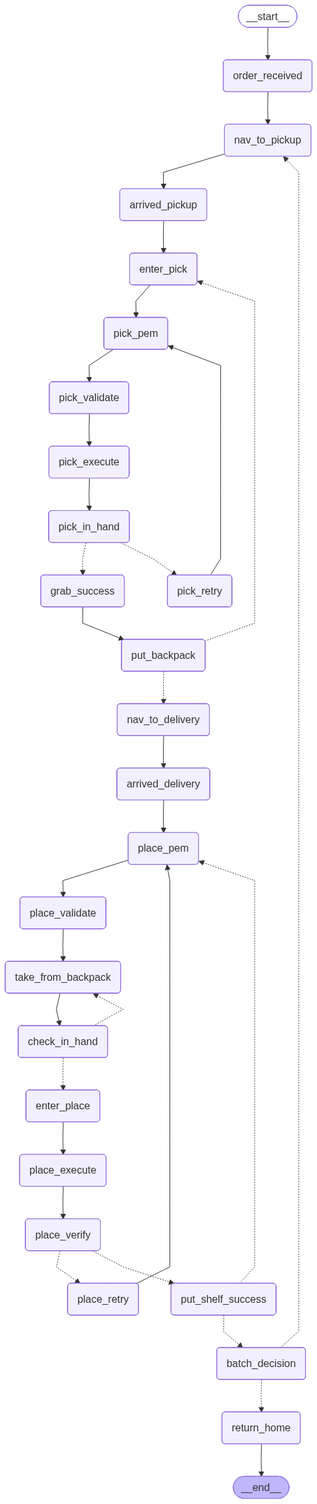
Earlier version of the Mermaid export doc/agent_workflow_main.png (chenwen0511/TrayBot). Its source is kept beside it as doc/agent_workflow_main.mmd. Source of this version:
```mermaid
---
config:
  flowchart:
    curve: linear
---
graph TD;
	__start__([<p>__start__</p>]):::first
	order_received(order_received)
	nav_to_pickup(nav_to_pickup)
	arrived_pickup(arrived_pickup)
	enter_pick(enter_pick)
	pick_pem(pick_pem)
	pick_validate(pick_validate)
	pick_execute(pick_execute)
	pick_in_hand(pick_in_hand)
	pick_retry(pick_retry)
	grab_success(grab_success)
	put_backpack(put_backpack)
	nav_to_delivery(nav_to_delivery)
	arrived_delivery(arrived_delivery)
	place_pem(place_pem)
	take_from_backpack(take_from_backpack)
	check_in_hand(check_in_hand)
	enter_place(enter_place)
	place_validate(place_validate)
	place_execute(place_execute)
	place_verify(place_verify)
	place_retry(place_retry)
	put_shelf_success(put_shelf_success)
	batch_decision(batch_decision)
	return_home(return_home)
	__end__([<p>__end__</p>]):::last
	__start__ --> order_received;
	arrived_delivery --> place_pem;
	arrived_pickup --> enter_pick;
	batch_decision -.-> nav_to_pickup;
	batch_decision -.-> return_home;
	check_in_hand -.-> enter_place;
	check_in_hand -.-> take_from_backpack;
	enter_pick --> pick_pem;
	enter_place --> place_execute;
	grab_success --> put_backpack;
	nav_to_delivery --> arrived_delivery;
	nav_to_pickup --> arrived_pickup;
	order_received --> nav_to_pickup;
	pick_execute --> pick_in_hand;
	pick_in_hand -.-> grab_success;
	pick_in_hand -.-> pick_retry;
	pick_pem --> pick_validate;
	pick_retry --> pick_pem;
	pick_validate --> pick_execute;
	place_execute --> place_verify;
	place_pem --> place_validate;
	place_retry --> place_pem;
	place_validate --> take_from_backpack;
	place_verify -.-> place_retry;
	place_verify -.-> put_shelf_success;
	put_backpack -.-> enter_pick;
	put_backpack -.-> nav_to_delivery;
	put_shelf_success -.-> batch_decision;
	put_shelf_success -.-> place_pem;
	take_from_backpack --> check_in_hand;
	return_home --> __end__;
	classDef default fill:#f2f0ff,line-height:1.2
	classDef first fill-opacity:0
	classDef last fill:#bfb6fc
```
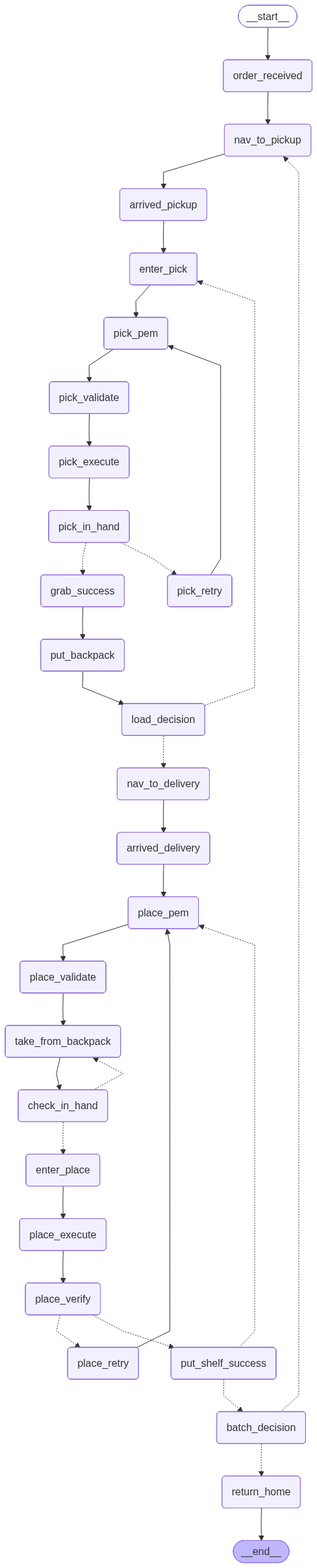
Above is the later version.

Commit message:
pick tray add load_decision node

Change to the diagram source:
```diff
@@ -16,6 +16,7 @@
 	pick_retry(pick_retry)
 	grab_success(grab_success)
 	put_backpack(put_backpack)
+	load_decision(load_decision)
 	nav_to_delivery(nav_to_delivery)
 	arrived_delivery(arrived_delivery)
 	place_pem(place_pem)
@@ -40,6 +41,8 @@
 	enter_pick --> pick_pem;
 	enter_place --> place_execute;
 	grab_success --> put_backpack;
+	load_decision -.-> enter_pick;
+	load_decision -.-> nav_to_delivery;
 	nav_to_delivery --> arrived_delivery;
 	nav_to_pickup --> arrived_pickup;
 	order_received --> nav_to_pickup;
@@ -55,8 +58,7 @@
 	place_validate --> take_from_backpack;
 	place_verify -.-> place_retry;
 	place_verify -.-> put_shelf_success;
-	put_backpack -.-> enter_pick;
-	put_backpack -.-> nav_to_delivery;
+	put_backpack --> load_decision;
 	put_shelf_success -.-> batch_decision;
 	put_shelf_success -.-> place_pem;
 	take_from_backpack --> check_in_hand;
```
